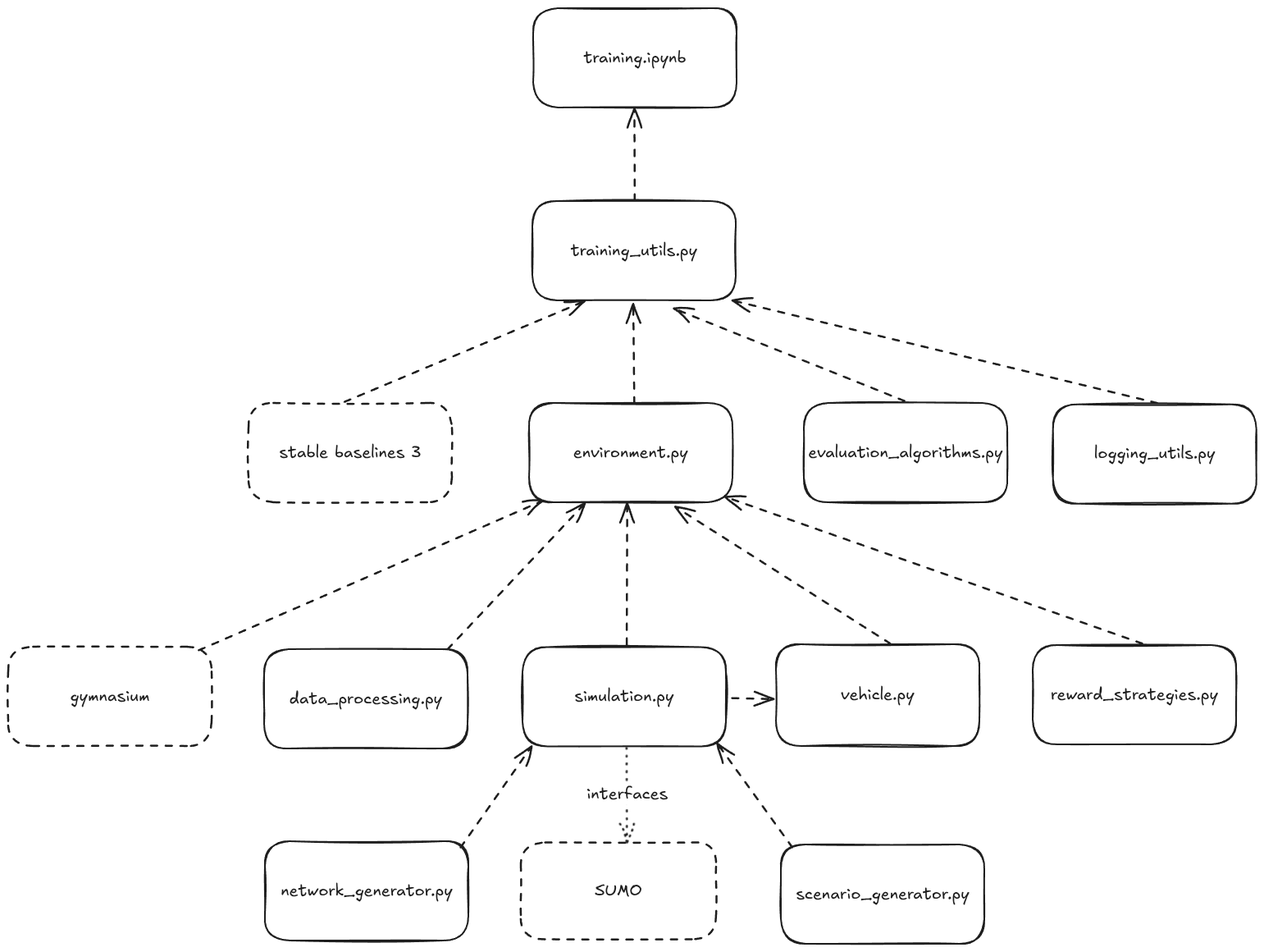
Above: docs/figures/architecture.excalidraw.png in jonasspeiser/evcsr-rl-prototype (Excalidraw), before the change. Source tidied: one line per element, renumbered; positions are measured from the earlier drawing's top-left corner, leaving out a move shared by most shapes.
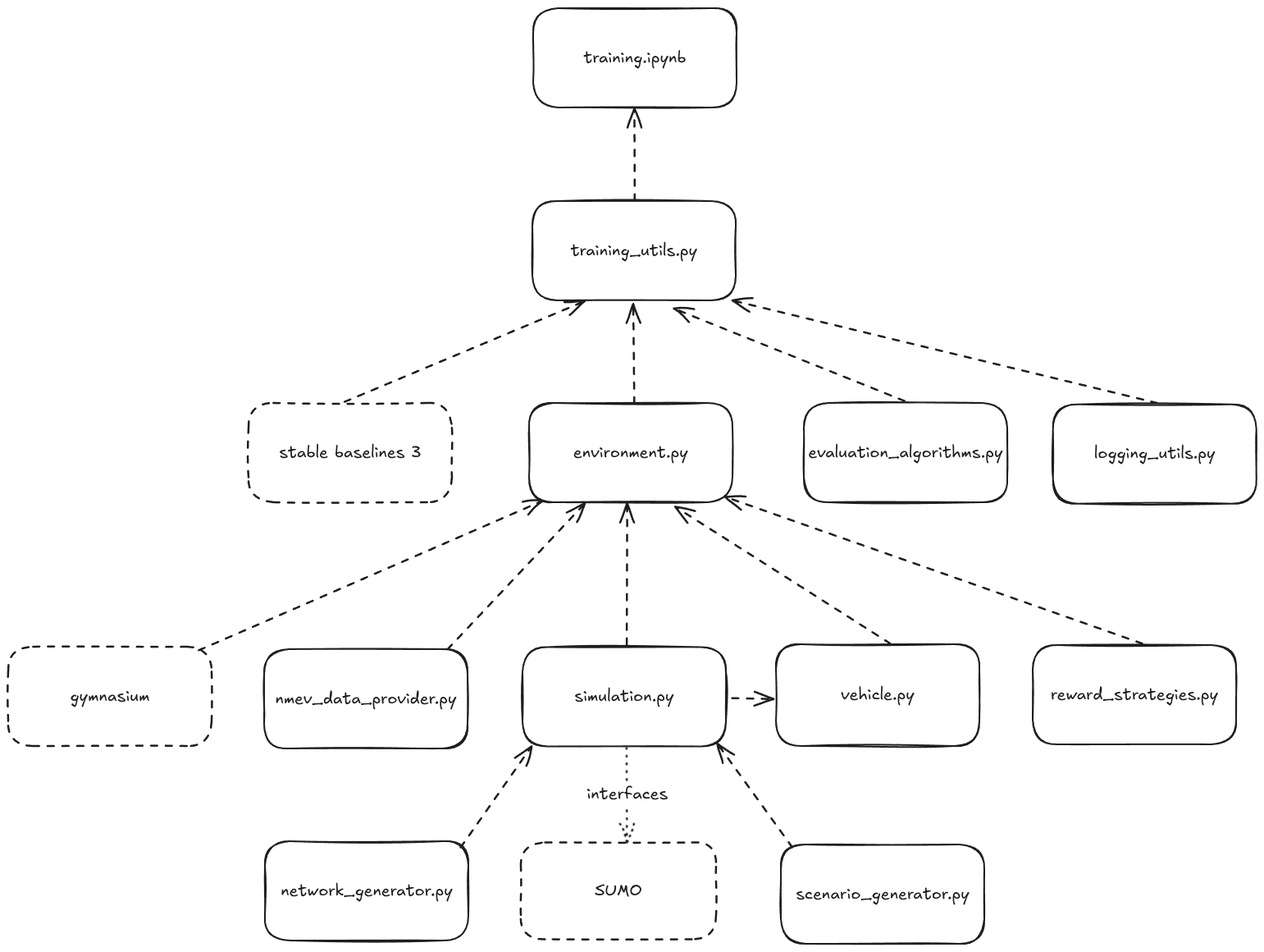
Later version of the same file.

Commit message:
Refactor: Rename to data_processing to nmev_data_provider

The edit, as a diff of the source:
```diff
@@ -21,7 +21,7 @@
 {"id": 20, "type": "rectangle", "strokeColor": "#1e1e1e", "strokeWidth": 2, "roughness": 1, "round": true, "x": 942, "y": 1019, "width": 248, "height": 121}
 {"id": 21, "type": "text", "text": "scenario_generator.py", "strokeColor": "#1e1e1e", "strokeWidth": 2, "roughness": 1, "fontSize": 20, "fontFamily": 5, "textAlign": "center", "verticalAlign": "middle", "inside": 20, "x": 960, "y": 1067, "width": 212, "height": 25}
 {"id": 22, "type": "rectangle", "strokeColor": "#1e1e1e", "strokeWidth": 2, "roughness": 1, "round": true, "x": 312, "y": 781, "width": 248, "height": 121}
-{"id": 23, "type": "text", "text": "data_processing.py", "strokeColor": "#1e1e1e", "strokeWidth": 2, "roughness": 1, "fontSize": 20, "fontFamily": 5, "textAlign": "center", "verticalAlign": "middle", "inside": 22, "x": 343, "y": 829, "width": 186, "height": 25}
+{"id": 23, "type": "text", "text": "nmev_data_provider.py", "strokeColor": "#1e1e1e", "strokeWidth": 2, "roughness": 1, "fontSize": 20, "fontFamily": 5, "textAlign": "center", "verticalAlign": "middle", "inside": 22, "x": 325, "y": 829, "width": 221, "height": 25}
 {"id": 24, "type": "rectangle", "strokeColor": "#1e1e1e", "strokeWidth": 2, "roughness": 1, "round": true, "x": 970, "y": 481, "width": 248, "height": 121}
 {"id": 25, "type": "text", "text": "evaluation_algorithms.py", "strokeColor": "#1e1e1e", "strokeWidth": 2, "roughness": 1, "fontSize": 20, "fontFamily": 5, "textAlign": "center", "verticalAlign": "middle", "inside": 24, "x": 976, "y": 529, "width": 237, "height": 25}
 {"id": 26, "type": "arrow", "strokeColor": "#1e1e1e", "strokeWidth": 2, "strokeStyle": "dashed", "roughness": 1, "endArrowhead": "arrow", "round": true, "from": 20, "to": 2, "x": 955, "y": 1022, "width": 92, "height": 125, "points": [[0, 0], [-92, -125]]}
```
